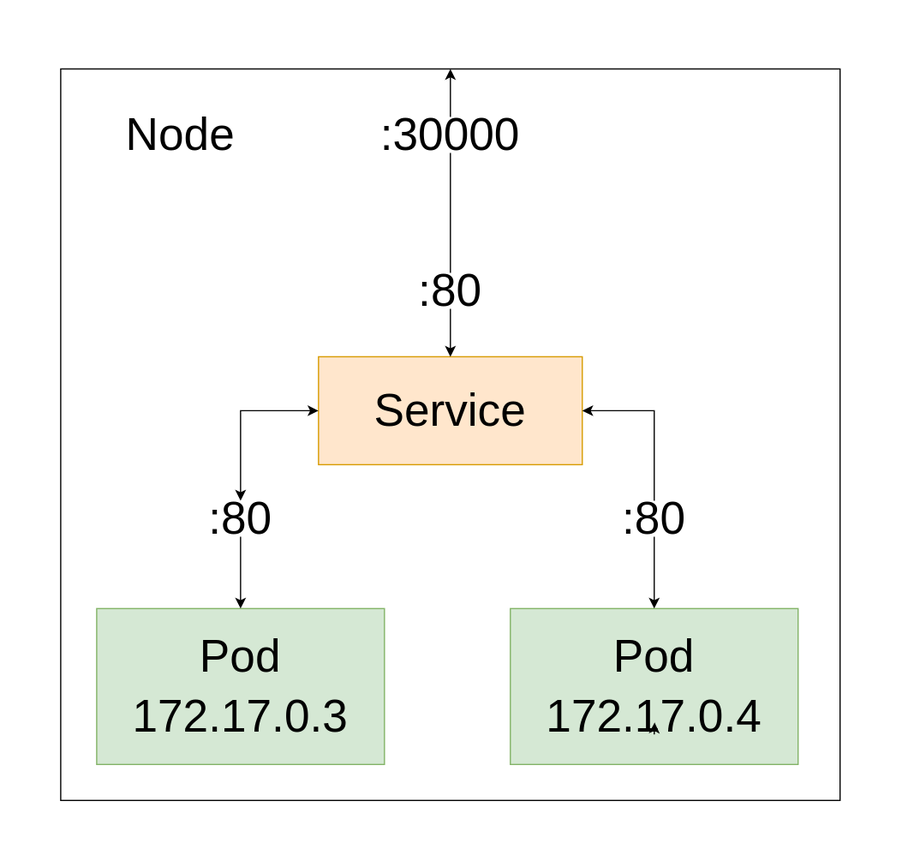
s1n7ax/kt-kubernetes keeps this draw.io diagram as images/service.svg. Above is the earlier version. Source tidied: cells renumbered, new cells last; positions are measured from the earlier drawing's top-left corner, leaving out a move shared by most shapes.
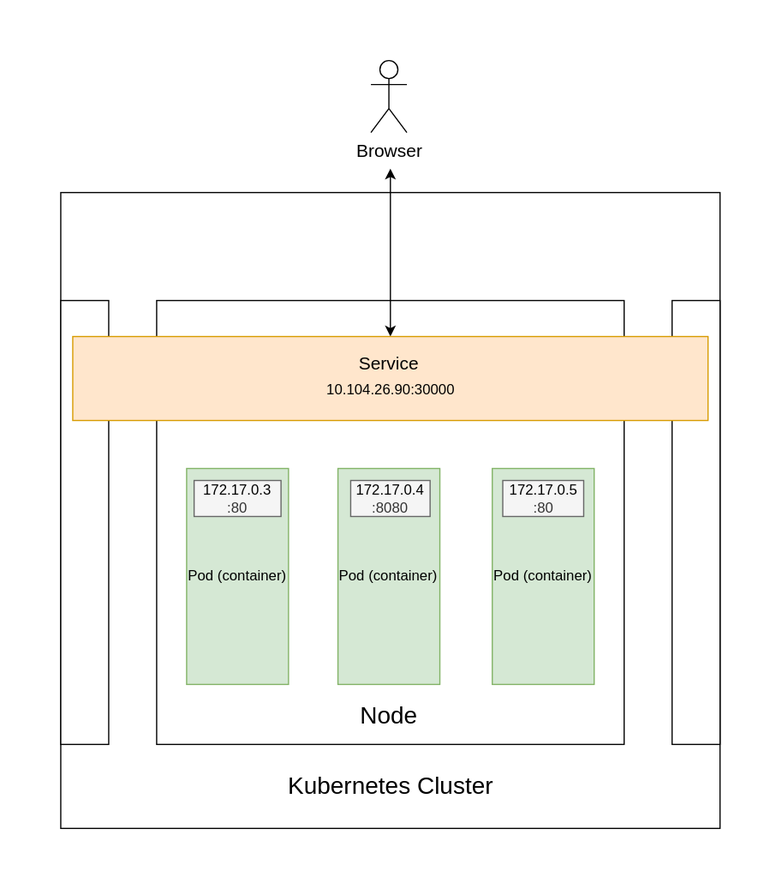
After the commit.

Diff of the diagram source:
```diff
@@ -2,75 +2,58 @@
   <root>
     <mxCell id="0" />
     <mxCell id="1" parent="0" />
-    <mxCell id="2" style="rounded=0;whiteSpace=wrap;html=1;fontSize=38;" parent="1" vertex="1">
-      <mxGeometry width="650" height="610" as="geometry" />
-    </mxCell>
-    <mxCell id="3" style="rounded=0;whiteSpace=wrap;html=1;fillColor=#d5e8d4;strokeColor=#82b366;" parent="1" vertex="1">
-      <mxGeometry x="30" y="450" width="240" height="130" as="geometry" />
-    </mxCell>
-    <mxCell id="4" value="Pod" style="text;html=1;strokeColor=none;fillColor=none;align=center;verticalAlign=middle;whiteSpace=wrap;rounded=0;labelBackgroundColor=none;fontSize=38;" parent="1" vertex="1">
-      <mxGeometry x="100" y="470" width="100" height="40" as="geometry" />
-    </mxCell>
-    <mxCell id="5" value="172.17.0.3" style="text;html=1;strokeColor=none;fillColor=none;align=center;verticalAlign=middle;whiteSpace=wrap;rounded=0;fontSize=38;" parent="1" vertex="1">
-      <mxGeometry x="55" y="525" width="190" height="30" as="geometry" />
-    </mxCell>
-    <mxCell id="6" style="rounded=0;whiteSpace=wrap;html=1;fillColor=#d5e8d4;strokeColor=#82b366;" parent="1" vertex="1">
-      <mxGeometry x="375" y="450" width="240" height="130" as="geometry" />
-    </mxCell>
-    <mxCell id="7" value="Pod" style="text;html=1;strokeColor=none;fillColor=none;align=center;verticalAlign=middle;whiteSpace=wrap;rounded=0;labelBackgroundColor=none;fontSize=38;" parent="1" vertex="1">
-      <mxGeometry x="445" y="470" width="100" height="40" as="geometry" />
-    </mxCell>
-    <mxCell id="8" value="172.17.0.4" style="text;html=1;strokeColor=none;fillColor=none;align=center;verticalAlign=middle;whiteSpace=wrap;rounded=0;fontSize=38;" parent="1" vertex="1">
-      <mxGeometry x="400" y="525" width="190" height="30" as="geometry" />
-    </mxCell>
-    <mxCell id="9" style="edgeStyle=orthogonalEdgeStyle;rounded=0;jettySize=auto;html=1;fontSize=38;startArrow=none;startFill=1;" parent="1" edge="1" source="21" target="3">
-      <mxGeometry relative="1" as="geometry" />
-    </mxCell>
-    <mxCell id="10" style="edgeStyle=orthogonalEdgeStyle;rounded=0;jettySize=auto;html=1;entryX=0.5;entryY=0;entryDx=0;entryDy=0;fontSize=38;startArrow=none;startFill=1;" parent="1" edge="1" source="18" target="6">
-      <mxGeometry relative="1" as="geometry" />
-    </mxCell>
-    <mxCell id="11" style="edgeStyle=none;rounded=0;jettySize=auto;html=1;exitX=0.5;exitY=0;exitDx=0;exitDy=0;fontSize=38;startArrow=none;startFill=1;" parent="1" edge="1" source="22" target="2">
-      <mxGeometry relative="1" as="geometry" />
-    </mxCell>
-    <mxCell id="12" style="rounded=0;whiteSpace=wrap;html=1;fontSize=38;fillColor=#ffe6cc;strokeColor=#d79b00;" parent="1" vertex="1">
-      <mxGeometry x="215" y="240" width="220" height="90" as="geometry" />
-    </mxCell>
+    <mxCell id="24" style="rounded=0;whiteSpace=wrap;html=1;" parent="1" vertex="1">
+      <mxGeometry x="30" y="280" width="550" height="530" as="geometry" />
+    </mxCell>
+    <mxCell id="25" style="rounded=0;whiteSpace=wrap;html=1;" parent="1" vertex="1">
+      <mxGeometry x="110" y="370" width="390" height="370" as="geometry" />
+    </mxCell>
+    <mxCell id="26" value="Pod (container)" style="rounded=0;whiteSpace=wrap;html=1;fontSize=12;fillColor=#d5e8d4;strokeColor=#82b366;" parent="1" vertex="1">
+      <mxGeometry x="135" y="510" width="85" height="180" as="geometry" />
+    </mxCell>
+    <mxCell id="17" value="Node" style="text;html=1;strokeColor=none;fillColor=none;align=center;verticalAlign=middle;whiteSpace=wrap;rounded=0;fontSize=20;" parent="1" vertex="1">
+      <mxGeometry x="273.8" y="700" width="60" height="30" as="geometry" />
+    </mxCell>
+    <mxCell id="27" value="Pod (container)" style="rounded=0;whiteSpace=wrap;html=1;fontSize=12;fillColor=#d5e8d4;strokeColor=#82b366;" parent="1" vertex="1">
+      <mxGeometry x="390" y="510" width="85" height="180" as="geometry" />
+    </mxCell>
+    <mxCell id="28" value="Pod (container)" style="rounded=0;whiteSpace=wrap;html=1;fontSize=12;fillColor=#d5e8d4;strokeColor=#82b366;" parent="1" vertex="1">
+      <mxGeometry x="261.2" y="510" width="85" height="180" as="geometry" />
+    </mxCell>
+    <mxCell id="29" value="&lt;span style=&quot;color: rgb(0, 0, 0);&quot;&gt;172.17.0.3&lt;br&gt;&lt;/span&gt;:80" style="text;html=1;strokeColor=#666666;fillColor=#f5f5f5;align=center;verticalAlign=middle;whiteSpace=wrap;rounded=0;fontColor=#333333;" parent="1" vertex="1">
+      <mxGeometry x="141.2" y="520" width="72.5" height="30" as="geometry" />
+    </mxCell>
+    <mxCell id="30" value="&lt;span style=&quot;color: rgb(0, 0, 0);&quot;&gt;172.17.0.4&lt;/span&gt;&lt;br&gt;:8080" style="text;html=1;strokeColor=#666666;fillColor=#f5f5f5;align=center;verticalAlign=middle;whiteSpace=wrap;rounded=0;fontColor=#333333;" parent="1" vertex="1">
+      <mxGeometry x="271.9" y="520" width="66.2" height="30" as="geometry" />
+    </mxCell>
+    <mxCell id="31" value="&lt;span style=&quot;color: rgb(0, 0, 0);&quot;&gt;172.17.0.5&lt;br&gt;&lt;/span&gt;:80" style="text;html=1;strokeColor=#666666;fillColor=#f5f5f5;align=center;verticalAlign=middle;whiteSpace=wrap;rounded=0;fontColor=#333333;" parent="1" vertex="1">
+      <mxGeometry x="398.8" y="520" width="67.5" height="30" as="geometry" />
+    </mxCell>
+    <mxCell id="32" style="rounded=0;whiteSpace=wrap;html=1;" parent="1" vertex="1">
+      <mxGeometry x="30" y="370" width="40" height="370" as="geometry" />
+    </mxCell>
+    <mxCell id="33" style="rounded=0;whiteSpace=wrap;html=1;" parent="1" vertex="1">
+      <mxGeometry x="540" y="370" width="40" height="370" as="geometry" />
+    </mxCell>
+    <mxCell id="34" style="edgeStyle=orthogonalEdgeStyle;rounded=0;jettySize=auto;html=1;fontSize=15;startArrow=classic;startFill=1;" parent="1" edge="1" source="35">
+      <mxGeometry relative="1" as="geometry">
+        <mxPoint x="305" y="260" as="targetPoint" />
+      </mxGeometry>
+    </mxCell>
+    <mxCell id="35" style="rounded=0;whiteSpace=wrap;html=1;fontSize=12;fillColor=#ffe6cc;strokeColor=#d79b00;" parent="1" vertex="1">
+      <mxGeometry x="40" y="400" width="530" height="70" as="geometry" />
+    </mxCell>
-    <mxCell id="13" value="Service" style="text;html=1;strokeColor=none;fillColor=none;align=center;verticalAlign=middle;whiteSpace=wrap;rounded=0;fontSize=38;" parent="1" vertex="1">
-      <mxGeometry x="245" y="270" width="160" height="30" as="geometry" />
+    <mxCell id="13" value="Service" style="text;html=1;strokeColor=none;fillColor=none;align=center;verticalAlign=middle;whiteSpace=wrap;rounded=0;fontSize=15;" parent="1" vertex="1">
+      <mxGeometry x="273.8" y="407" width="60" height="30" as="geometry" />
     </mxCell>
-    <mxCell id="14" style="edgeStyle=orthogonalEdgeStyle;rounded=0;orthogonalLoop=1;jettySize=auto;html=1;exitX=0.5;exitY=1;exitDx=0;exitDy=0;entryX=0.502;entryY=0.667;entryDx=0;entryDy=0;entryPerimeter=0;fontSize=38;" parent="1" edge="1" source="8" target="8">
-      <mxGeometry relative="1" as="geometry" />
-    </mxCell>
-    <mxCell id="15" value=":80" style="text;html=1;strokeColor=none;fillColor=none;align=center;verticalAlign=middle;whiteSpace=wrap;rounded=0;fontSize=38;" parent="1" vertex="1">
-      <mxGeometry x="295" y="170" width="60" height="30" as="geometry" />
-    </mxCell>
-    <mxCell id="16" style="edgeStyle=none;rounded=0;jettySize=auto;html=1;exitX=0.5;exitY=0;exitDx=0;exitDy=0;fontSize=38;startArrow=classic;startFill=1;endArrow=none;" parent="1" edge="1" source="12" target="15">
-      <mxGeometry relative="1" as="geometry" />
-    </mxCell>
-    <mxCell id="17" value="Node" style="text;html=1;strokeColor=none;fillColor=none;align=center;verticalAlign=middle;whiteSpace=wrap;rounded=0;fontSize=38;" parent="1" vertex="1">
-      <mxGeometry x="10" y="15" width="180" height="80" as="geometry" />
-    </mxCell>
-    <mxCell id="18" value=":80" style="text;html=1;strokeColor=none;fillColor=none;align=center;verticalAlign=middle;whiteSpace=wrap;rounded=0;fontSize=38;" parent="1" vertex="1">
-      <mxGeometry x="465" y="360" width="60" height="30" as="geometry" />
-    </mxCell>
-    <mxCell id="19" style="edgeStyle=orthogonalEdgeStyle;rounded=0;jettySize=auto;html=1;entryX=0.5;entryY=0;entryDx=0;entryDy=0;fontSize=38;startArrow=classic;startFill=1;endArrow=none;" parent="1" edge="1" source="12" target="18">
-      <mxGeometry relative="1" as="geometry" />
-    </mxCell>
-    <mxCell id="20" style="edgeStyle=orthogonalEdgeStyle;rounded=0;jettySize=auto;html=1;entryX=0;entryY=0.5;entryDx=0;entryDy=0;fontSize=38;startArrow=classic;startFill=1;" parent="1" edge="1" source="21" target="12">
-      <mxGeometry relative="1" as="geometry">
-        <Array as="points">
-          <mxPoint x="150" y="285" />
-        </Array>
-      </mxGeometry>
-    </mxCell>
-    <mxCell id="21" value=":80" style="text;html=1;strokeColor=none;fillColor=none;align=center;verticalAlign=middle;whiteSpace=wrap;rounded=0;fontSize=38;" parent="1" vertex="1">
-      <mxGeometry x="120" y="360" width="60" height="30" as="geometry" />
-    </mxCell>
-    <mxCell id="22" value=":30000" style="text;html=1;strokeColor=none;fillColor=none;align=center;verticalAlign=middle;whiteSpace=wrap;rounded=0;labelBackgroundColor=none;fontSize=38;" parent="1" vertex="1">
-      <mxGeometry x="295" y="40" width="60" height="30" as="geometry" />
-    </mxCell>
-    <mxCell id="23" style="edgeStyle=none;rounded=0;jettySize=auto;html=1;exitX=0.5;exitY=0;exitDx=0;exitDy=0;fontSize=38;startArrow=none;startFill=1;endArrow=none;" parent="1" edge="1" source="15" target="22">
-      <mxGeometry relative="1" as="geometry" />
-    </mxCell>
+    <mxCell id="36" value="10.104.26.90:30000" style="text;html=1;strokeColor=none;fillColor=none;align=center;verticalAlign=middle;whiteSpace=wrap;rounded=0;fontSize=12;" parent="1" vertex="1">
+      <mxGeometry x="238.8" y="430" width="132.5" height="30" as="geometry" />
+    </mxCell>
+    <mxCell id="37" value="Browser" style="shape=umlActor;verticalLabelPosition=bottom;verticalAlign=top;html=1;fontSize=15;" parent="1" vertex="1">
+      <mxGeometry x="288.8" y="170" width="30" height="60" as="geometry" />
+    </mxCell>
+    <mxCell id="38" value="Kubernetes Cluster" style="text;html=1;strokeColor=none;fillColor=none;align=center;verticalAlign=middle;whiteSpace=wrap;rounded=0;fontSize=20;" parent="1" vertex="1">
+      <mxGeometry x="212.5" y="759" width="185" height="30" as="geometry" />
+    </mxCell>
   </root>
 </mxGraphModel>
```
